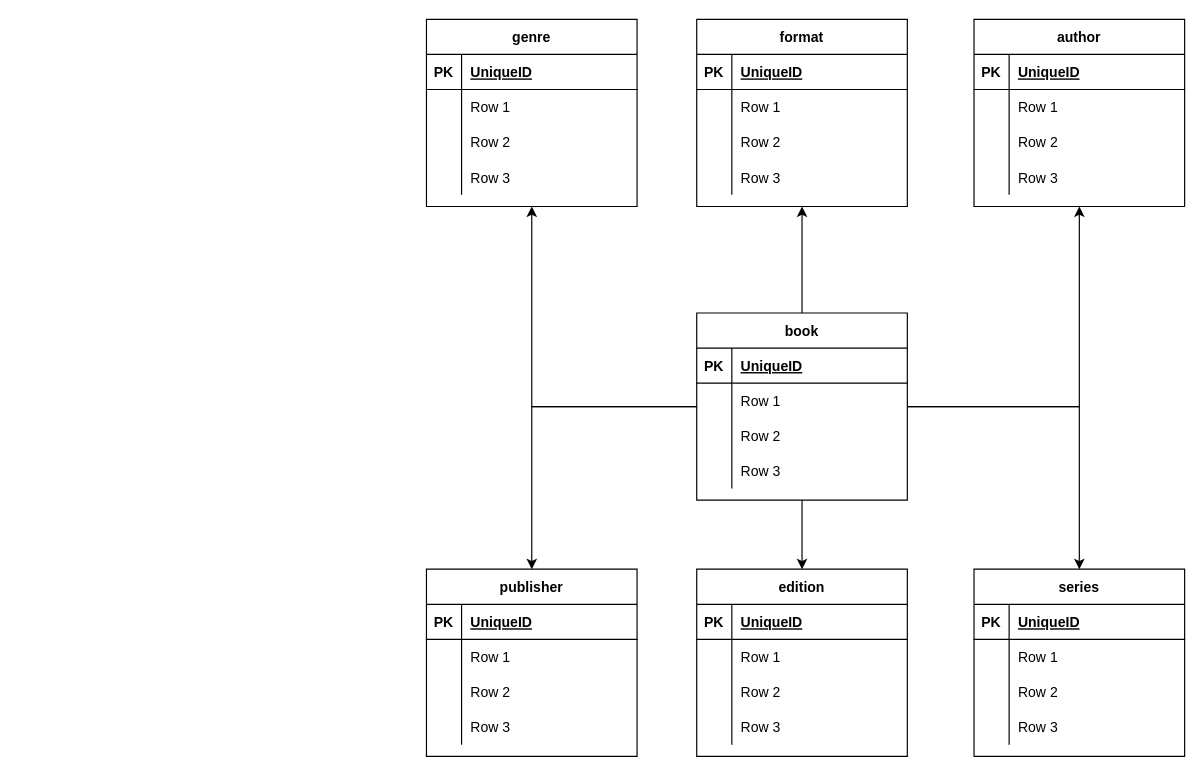
Above: Aufgabe2.drawio in ediiiz/ediiiz.github.io (draw.io), before the change. Source tidied: cells renumbered, new cells numbered last; positions are measured from the earlier drawing's top-left corner, leaving out a move shared by most shapes. Both pictures are drawn from the tidied source at 117%, with x=0, y=0 at pixel (426, 19).
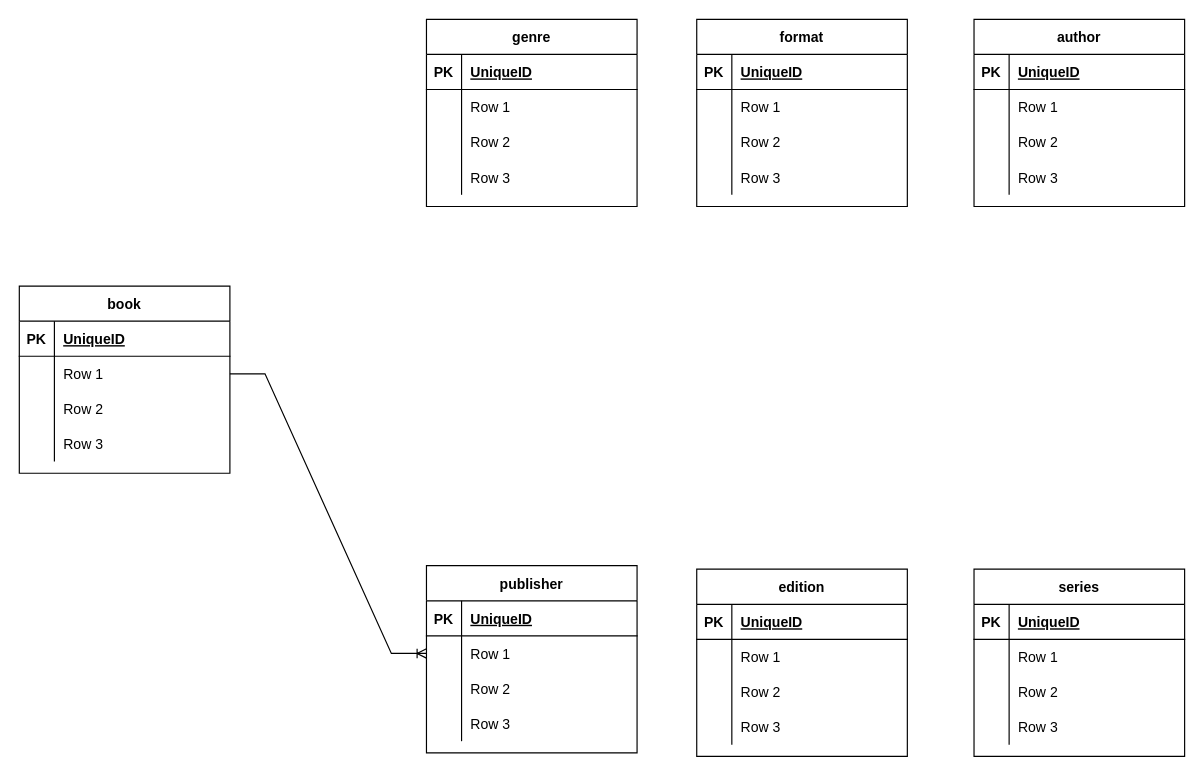
After the change.

The change refers to these unchanged cells:
```xml
<mxCell id="12" style="shape=partialRectangle;fillColor=none;top=0;left=0;bottom=0;right=0;points=[[0,0.5],[1,0.5]];portConstraint=eastwest;" parent="8" vertex="1">
  <mxGeometry y="60" width="180" height="30" as="geometry" />
</mxCell>
<mxCell id="21" value="author" style="shape=table;startSize=30;childLayout=tableLayout;rowLines=0;fontStyle=1;align=center;" parent="1" vertex="1">
  <mxGeometry x="468" width="180" height="160" as="geometry" />
</mxCell>
<mxCell id="34" value="edition" style="shape=table;startSize=30;childLayout=tableLayout;rowLines=0;fontStyle=1;align=center;" parent="1" vertex="1">
  <mxGeometry x="231" y="470" width="180" height="160" as="geometry" />
</mxCell>
<mxCell id="47" value="series" style="shape=table;startSize=30;childLayout=tableLayout;rowLines=0;fontStyle=1;align=center;" parent="1" vertex="1">
  <mxGeometry x="468" y="470" width="180" height="160" as="geometry" />
</mxCell>
<mxCell id="60" value="format" style="shape=table;startSize=30;childLayout=tableLayout;rowLines=0;fontStyle=1;align=center;" parent="1" vertex="1">
  <mxGeometry x="231" width="180" height="160" as="geometry" />
</mxCell>
<mxCell id="73" value="genre" style="shape=table;startSize=30;childLayout=tableLayout;rowLines=0;fontStyle=1;align=center;" parent="1" vertex="1">
  <mxGeometry width="180" height="160" as="geometry" />
</mxCell>
<mxCell id="90" style="shape=partialRectangle;fillColor=none;top=0;left=0;bottom=0;right=0;points=[[0,0.5],[1,0.5]];portConstraint=eastwest;" parent="86" vertex="1">
  <mxGeometry y="60" width="180" height="30" as="geometry" />
</mxCell>
```

What changed in the source:
```diff
@@
-    <mxCell id="2" style="edgeStyle=orthogonalEdgeStyle;rounded=0;jettySize=auto;html=1;" parent="1" edge="1" source="8" target="21">
-      <mxGeometry relative="1" as="geometry" />
-    </mxCell>
-    <mxCell id="3" style="edgeStyle=orthogonalEdgeStyle;rounded=0;jettySize=auto;html=1;" parent="1" edge="1" source="8" target="34">
-      <mxGeometry relative="1" as="geometry" />
-    </mxCell>
-    <mxCell id="4" style="edgeStyle=orthogonalEdgeStyle;rounded=0;jettySize=auto;html=1;" parent="1" edge="1" source="8" target="47">
-      <mxGeometry relative="1" as="geometry" />
-    </mxCell>
-    <mxCell id="5" style="edgeStyle=orthogonalEdgeStyle;rounded=0;jettySize=auto;html=1;" parent="1" edge="1" source="8" target="60">
-      <mxGeometry relative="1" as="geometry" />
-    </mxCell>
-    <mxCell id="6" style="edgeStyle=orthogonalEdgeStyle;rounded=0;jettySize=auto;html=1;" parent="1" edge="1" source="8" target="73">
-      <mxGeometry relative="1" as="geometry" />
-    </mxCell>
-    <mxCell id="7" style="edgeStyle=orthogonalEdgeStyle;rounded=0;jettySize=auto;html=1;" parent="1" edge="1" source="8" target="86">
-      <mxGeometry relative="1" as="geometry" />
-    </mxCell>
     <mxCell id="8" value="book" style="shape=table;startSize=30;childLayout=tableLayout;rowLines=0;fontStyle=1;align=center;" parent="1" vertex="1">
-      <mxGeometry x="231" y="251" width="180" height="160" as="geometry" />
+      <mxGeometry x="-348" y="228" width="180" height="160" as="geometry" />
     </mxCell>
@@
     <mxCell id="86" value="publisher" style="shape=table;startSize=30;childLayout=tableLayout;rowLines=0;fontStyle=1;align=center;" parent="1" vertex="1">
-      <mxGeometry y="470" width="180" height="160" as="geometry" />
+      <mxGeometry y="467" width="180" height="160" as="geometry" />
     </mxCell>
@@
+    <mxCell id="99" style="edgeStyle=entityRelationEdgeStyle;fontSize=12;html=1;endArrow=ERoneToMany;rounded=0;exitX=1;exitY=0.5;exitDx=0;exitDy=0;entryX=0;entryY=0.5;entryDx=0;entryDy=0;" parent="1" edge="1" source="12" target="90">
+      <mxGeometry relative="1" as="geometry" />
+    </mxCell>
```
